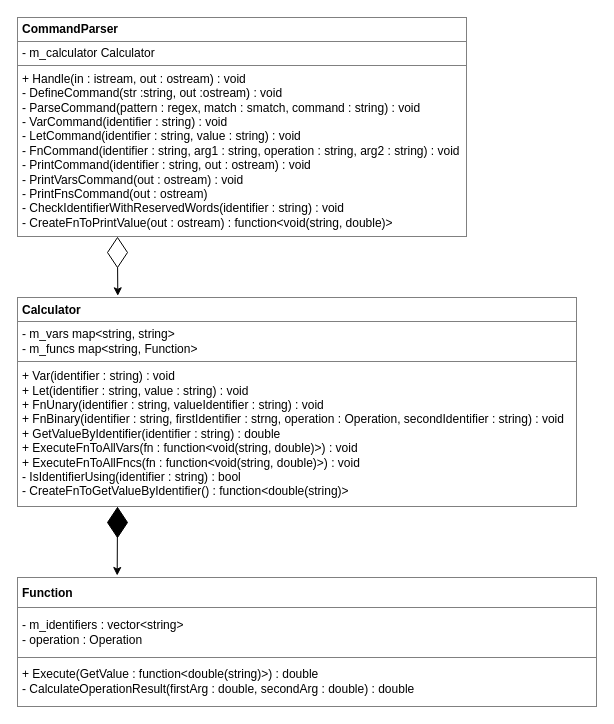
Before: lw3/2/Diagram.drawio in ProstP/OOP, a draw.io diagram. Source tidied: cells renumbered, new cells numbered last; positions are measured from the earlier drawing's top-left corner, leaving out a move shared by most shapes. Both pictures are drawn from the tidied source at 100%, with x=0, y=0 at pixel (17, 17).
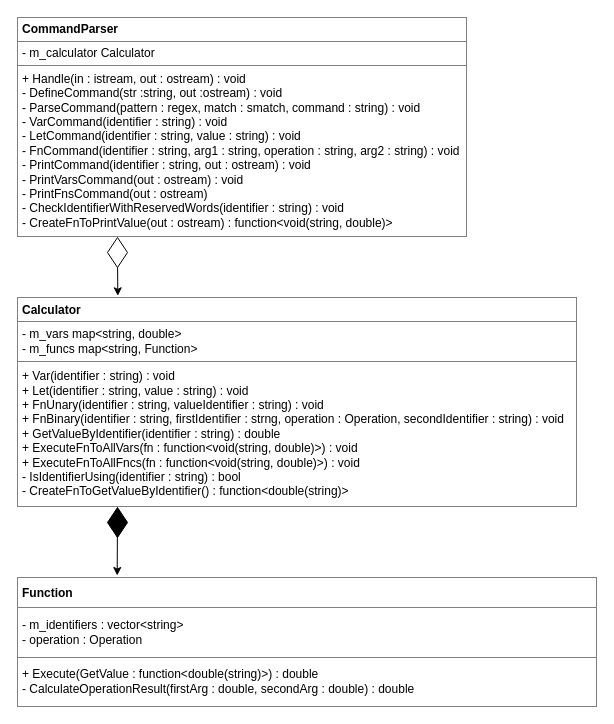
After the change.

The edit, as a diff of the source:
```diff
@@
 <mxGraphModel>
   <root>
     <mxCell id="0" />
     <mxCell id="1" parent="0" />
     <mxCell id="2" value="&lt;table border=&quot;1&quot; width=&quot;100%&quot; height=&quot;100%&quot; cellpadding=&quot;4&quot; style=&quot;width:100%;height:100%;border-collapse:collapse;&quot;&gt;&lt;tbody&gt;&lt;tr&gt;&lt;th&gt;&lt;b&gt;CommandParser&lt;/b&gt;&lt;/th&gt;&lt;/tr&gt;&lt;tr&gt;&lt;td&gt;- m_calculator Calculator&lt;/td&gt;&lt;/tr&gt;&lt;tr&gt;&lt;td&gt;+ Handle(in : istream, out : ostream) : void&lt;br&gt;- DefineCommand(str :string, out :ostream) : void&lt;br&gt;- ParseCommand(pattern : regex, match : smatch, command : string) : void&lt;br&gt;-&amp;nbsp;VarCommand(identifier : string) : void&lt;br&gt;-&amp;nbsp;LetCommand(identifier : string, value : string) : void&lt;br&gt;- FnCommand(identifier : string, arg1 : string, operation : string, arg2 : string) : void&lt;br&gt;- PrintCommand(identifier : string, out : ostream) : void&lt;br&gt;-&amp;nbsp;PrintVarsCommand(out : ostream) : void&lt;br&gt;-&amp;nbsp;PrintFnsCommand(out : ostream)&lt;br&gt;-&amp;nbsp;CheckIdentifierWithReservedWords(identifier : string) : void&lt;br&gt;- CreateFnToPrintValue(out : ostream) : function&amp;lt;void(string, double)&amp;gt;&lt;br&gt;&lt;/td&gt;&lt;/tr&gt;&lt;/tbody&gt;&lt;/table&gt;" style="text;html=1;whiteSpace=wrap;strokeColor=none;fillColor=none;overflow=fill;align=left;" parent="1" vertex="1">
       <mxGeometry width="450" height="220" as="geometry" />
     </mxCell>
-    <mxCell id="3" value="&lt;table border=&quot;1&quot; width=&quot;100%&quot; height=&quot;100%&quot; cellpadding=&quot;4&quot; style=&quot;width:100%;height:100%;border-collapse:collapse;&quot;&gt;&lt;tbody&gt;&lt;tr&gt;&lt;th&gt;&lt;b&gt;Calculator&lt;/b&gt;&lt;/th&gt;&lt;/tr&gt;&lt;tr&gt;&lt;td&gt;- m_vars map&amp;lt;string, string&amp;gt;&lt;br&gt;- m_funcs map&amp;lt;string, Function&amp;gt;&lt;br&gt;&lt;/td&gt;&lt;/tr&gt;&lt;tr&gt;&lt;td&gt;+ Var(identifier : string) : void&lt;br&gt;+ Let(identifier : string, value : string) : void&lt;br&gt;+ FnUnary(identifier : string, valueIdentifier : string) : void&lt;br&gt;+ FnBinary(identifier : string, firstIdentifier : strng, operation : Operation, secondIdentifier : string) : void&lt;br&gt;+ GetValueByIdentifier(identifier : string) : double&lt;br&gt;+&amp;nbsp;ExecuteFnToAllVars(fn : function&amp;lt;void(string, double)&amp;gt;) : void&lt;br&gt;+ ExecuteFnToAllFncs(fn : function&amp;lt;void(string, double)&amp;gt;) : void&lt;br&gt;-&amp;nbsp;IsIdentifierUsing(identifier : string) : bool&lt;br&gt;-&amp;nbsp;CreateFnToGetValueByIdentifier() : function&amp;lt;double(string)&amp;gt;&lt;/td&gt;&lt;/tr&gt;&lt;/tbody&gt;&lt;/table&gt;" style="text;html=1;whiteSpace=wrap;strokeColor=none;fillColor=none;overflow=fill;align=left;" parent="1" vertex="1">
+    <mxCell id="3" value="&lt;table border=&quot;1&quot; width=&quot;100%&quot; height=&quot;100%&quot; cellpadding=&quot;4&quot; style=&quot;width:100%;height:100%;border-collapse:collapse;&quot;&gt;&lt;tbody&gt;&lt;tr&gt;&lt;th&gt;&lt;b&gt;Calculator&lt;/b&gt;&lt;/th&gt;&lt;/tr&gt;&lt;tr&gt;&lt;td&gt;- m_vars map&amp;lt;string, double&amp;gt;&lt;br&gt;- m_funcs map&amp;lt;string, Function&amp;gt;&lt;br&gt;&lt;/td&gt;&lt;/tr&gt;&lt;tr&gt;&lt;td&gt;+ Var(identifier : string) : void&lt;br&gt;+ Let(identifier : string, value : string) : void&lt;br&gt;+ FnUnary(identifier : string, valueIdentifier : string) : void&lt;br&gt;+ FnBinary(identifier : string, firstIdentifier : strng, operation : Operation, secondIdentifier : string) : void&lt;br&gt;+ GetValueByIdentifier(identifier : string) : double&lt;br&gt;+&amp;nbsp;ExecuteFnToAllVars(fn : function&amp;lt;void(string, double)&amp;gt;) : void&lt;br&gt;+ ExecuteFnToAllFncs(fn : function&amp;lt;void(string, double)&amp;gt;) : void&lt;br&gt;-&amp;nbsp;IsIdentifierUsing(identifier : string) : bool&lt;br&gt;-&amp;nbsp;CreateFnToGetValueByIdentifier() : function&amp;lt;double(string)&amp;gt;&lt;/td&gt;&lt;/tr&gt;&lt;/tbody&gt;&lt;/table&gt;" style="text;html=1;whiteSpace=wrap;strokeColor=none;fillColor=none;overflow=fill;align=left;" parent="1" vertex="1">
       <mxGeometry y="280" width="560" height="210" as="geometry" />
     </mxCell>
     <mxCell id="4" value="&lt;table border=&quot;1&quot; width=&quot;100%&quot; height=&quot;100%&quot; cellpadding=&quot;4&quot; style=&quot;width:100%;height:100%;border-collapse:collapse;&quot;&gt;&lt;tbody&gt;&lt;tr&gt;&lt;th&gt;&lt;b&gt;Function&lt;/b&gt;&lt;/th&gt;&lt;/tr&gt;&lt;tr&gt;&lt;td&gt;- m_identifiers : vector&amp;lt;string&amp;gt;&lt;br&gt;- operation : Operation&lt;/td&gt;&lt;/tr&gt;&lt;tr&gt;&lt;td&gt;+ Execute(GetValue : function&amp;lt;double(string)&amp;gt;) : double&lt;br&gt;-&amp;nbsp;CalculateOperationResult(firstArg : double, secondArg : double) : double&lt;br&gt;&lt;/td&gt;&lt;/tr&gt;&lt;/tbody&gt;&lt;/table&gt;" style="text;html=1;whiteSpace=wrap;strokeColor=none;fillColor=none;overflow=fill;align=left;" parent="1" vertex="1">
       <mxGeometry y="560" width="580" height="130" as="geometry" />
     </mxCell>
     <mxCell id="5" style="endArrow=classic;html=1;rounded=0;entryX=0.176;entryY=-0.009;entryDx=0;entryDy=0;entryPerimeter=0;" parent="1" edge="1" source="8">
       <mxGeometry relative="1" as="geometry">
         <mxPoint x="100.3" y="278.3" as="targetPoint" />
       </mxGeometry>
     </mxCell>
     <mxCell id="6" style="endArrow=classic;html=1;rounded=0;entryX=0.176;entryY=-0.009;entryDx=0;entryDy=0;entryPerimeter=0;exitX=0.5;exitY=0;exitDx=0;exitDy=0;" parent="1" edge="1" source="7">
       <mxGeometry relative="1" as="geometry">
         <mxPoint x="99.7" y="558" as="targetPoint" />
       </mxGeometry>
     </mxCell>
     <mxCell id="7" style="rhombus;whiteSpace=wrap;html=1;fillColor=#000000;" parent="1" vertex="1">
       <mxGeometry x="90" y="490" width="20" height="30" as="geometry" />
     </mxCell>
     <mxCell id="8" style="rhombus;whiteSpace=wrap;html=1;" parent="1" vertex="1">
       <mxGeometry x="90" y="220" width="20" height="30" as="geometry" />
     </mxCell>
   </root>
 </mxGraphModel>
```
